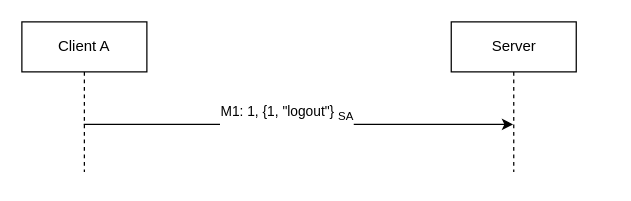
seraogianluca/secure-messaging keeps this draw.io diagram as resources/drawio/logout.drawio. Above is the earlier version. Source tidied: cells renumbered, new cells numbered last; positions are measured from the earlier drawing's top-left corner, leaving out a move shared by most shapes. Both pictures are drawn from the tidied source at 125%, with x=0, y=0 at pixel (21, 21).
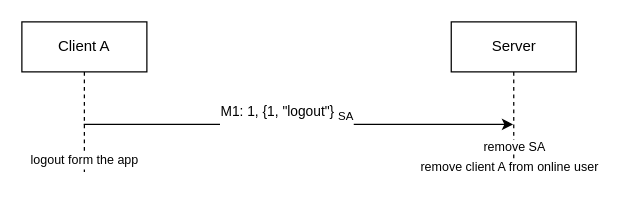
After the change.

Diff of the diagram source:
```diff
@@
 <mxGraphModel>
   <root>
     <mxCell id="0" />
     <mxCell id="1" parent="0" />
     <mxCell id="2" value="Client A" style="shape=umlLifeline;perimeter=lifelinePerimeter;whiteSpace=wrap;html=1;" parent="1" vertex="1">
       <mxGeometry width="100" height="120" as="geometry" />
     </mxCell>
+    <mxCell id="6" value="&lt;font style=&quot;font-size: 10px ; background-color: rgb(255 , 255 , 255)&quot;&gt;logout form the app&lt;/font&gt;" style="text;html=1;align=center;verticalAlign=middle;strokeColor=none;" parent="2" vertex="1">
+      <mxGeometry y="100" width="100" height="20" as="geometry" />
+    </mxCell>
     <mxCell id="3" value="Server" style="shape=umlLifeline;perimeter=lifelinePerimeter;whiteSpace=wrap;html=1;" parent="1" vertex="1">
       <mxGeometry x="343.5" width="100" height="120" as="geometry" />
     </mxCell>
     <mxCell id="4" style="endArrow=classic;html=1;" parent="1" edge="1">
       <mxGeometry relative="1" as="geometry">
         <mxPoint x="49.5" y="82" as="sourcePoint" />
         <mxPoint x="393" y="82" as="targetPoint" />
       </mxGeometry>
     </mxCell>
     <mxCell id="5" value="M1: 1, {1, &quot;logout&quot;} &lt;sub&gt;SA&lt;/sub&gt;" style="edgeLabel;html=1;align=center;verticalAlign=middle;" parent="4" vertex="1">
       <mxGeometry x="-0.06" y="-1" relative="1" as="geometry">
         <mxPoint x="1" y="-10" as="offset" />
       </mxGeometry>
     </mxCell>
+    <mxCell id="7" value="&lt;font style=&quot;font-size: 10px ; background-color: rgb(255 , 255 , 255)&quot;&gt;remove client A from online user&lt;/font&gt;" style="text;html=1;align=center;verticalAlign=middle;strokeColor=none;" parent="1" vertex="1">
+      <mxGeometry x="310" y="106" width="160" height="20" as="geometry" />
+    </mxCell>
+    <mxCell id="8" value="&lt;font style=&quot;font-size: 10px ; background-color: rgb(255 , 255 , 255)&quot;&gt;remove SA&lt;/font&gt;" style="text;html=1;align=center;verticalAlign=middle;strokeColor=none;" parent="1" vertex="1">
+      <mxGeometry x="364" y="90" width="60" height="20" as="geometry" />
+    </mxCell>
   </root>
 </mxGraphModel>
```
